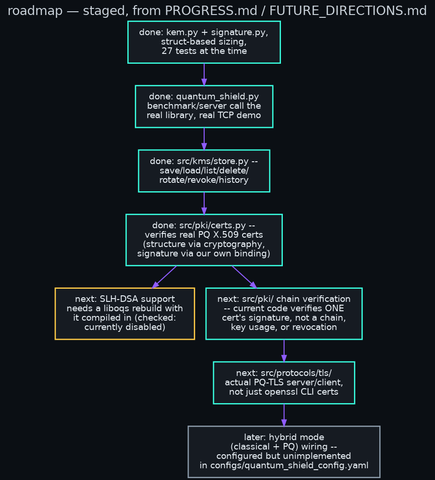
danindiana/quantum-shield keeps this Graphviz diagram as diagrams/06-roadmap.png. Above is the earlier version. Its source is kept beside it as diagrams/06-roadmap.dot.
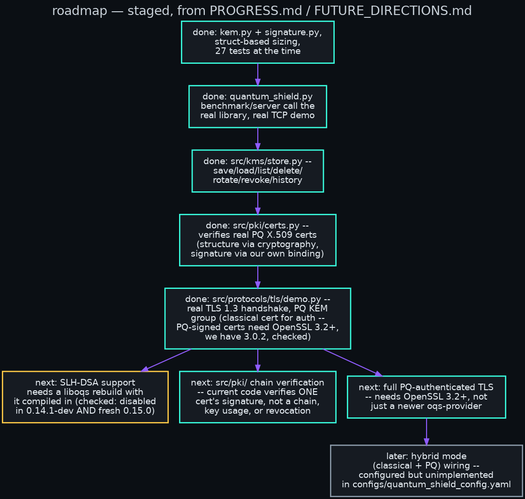
The same diagram one commit later.

The edit, as a diff of the source:
```diff
@@ -13,15 +13,16 @@
   done2 [label="done: quantum_shield.py\nbenchmark/server call the\nreal library, real TCP demo", color="#39ffe0"];
   done3 [label="done: src/kms/store.py --\nsave/load/list/delete/\nrotate/revoke/history", color="#39ffe0"];
   done4 [label="done: src/pki/certs.py --\nverifies real PQ X.509 certs\n(structure via cryptography,\nsignature via our own binding)", color="#39ffe0"];
+  done5 [label="done: src/protocols/tls/demo.py --\nreal TLS 1.3 handshake, PQ KEM\ngroup (classical cert for auth --\nPQ-signed certs need OpenSSL 3.2+,\nwe have 3.0.2, checked)", color="#39ffe0"];
 
-  next1 [label="next: SLH-DSA support\nneeds a liboqs rebuild with\nit compiled in (checked:\ncurrently disabled)", color="#ffcb47"];
+  next1 [label="next: SLH-DSA support\nneeds a liboqs rebuild with\nit compiled in (checked: disabled\nin 0.14.1-dev AND fresh 0.15.0)", color="#ffcb47"];
   next2 [label="next: src/pki/ chain verification\n-- current code verifies ONE\ncert's signature, not a chain,\nkey usage, or revocation"];
-  next3 [label="next: src/protocols/tls/\nactual PQ-TLS server/client,\nnot just openssl CLI certs"];
+  next3 [label="next: full PQ-authenticated TLS\n-- needs OpenSSL 3.2+, not\njust a newer oqs-provider"];
   hybrid [label="later: hybrid mode\n(classical + PQ) wiring --\nconfigured but unimplemented\nin configs/quantum_shield_config.yaml", color="#8a99a8"];
 
-  done1 -> done2 -> done3 -> done4;
-  done4 -> next1;
-  done4 -> next2;
-  next2 -> next3;
+  done1 -> done2 -> done3 -> done4 -> done5;
+  done5 -> next1;
+  done5 -> next2;
+  done5 -> next3;
   next3 -> hybrid;
 }
```
